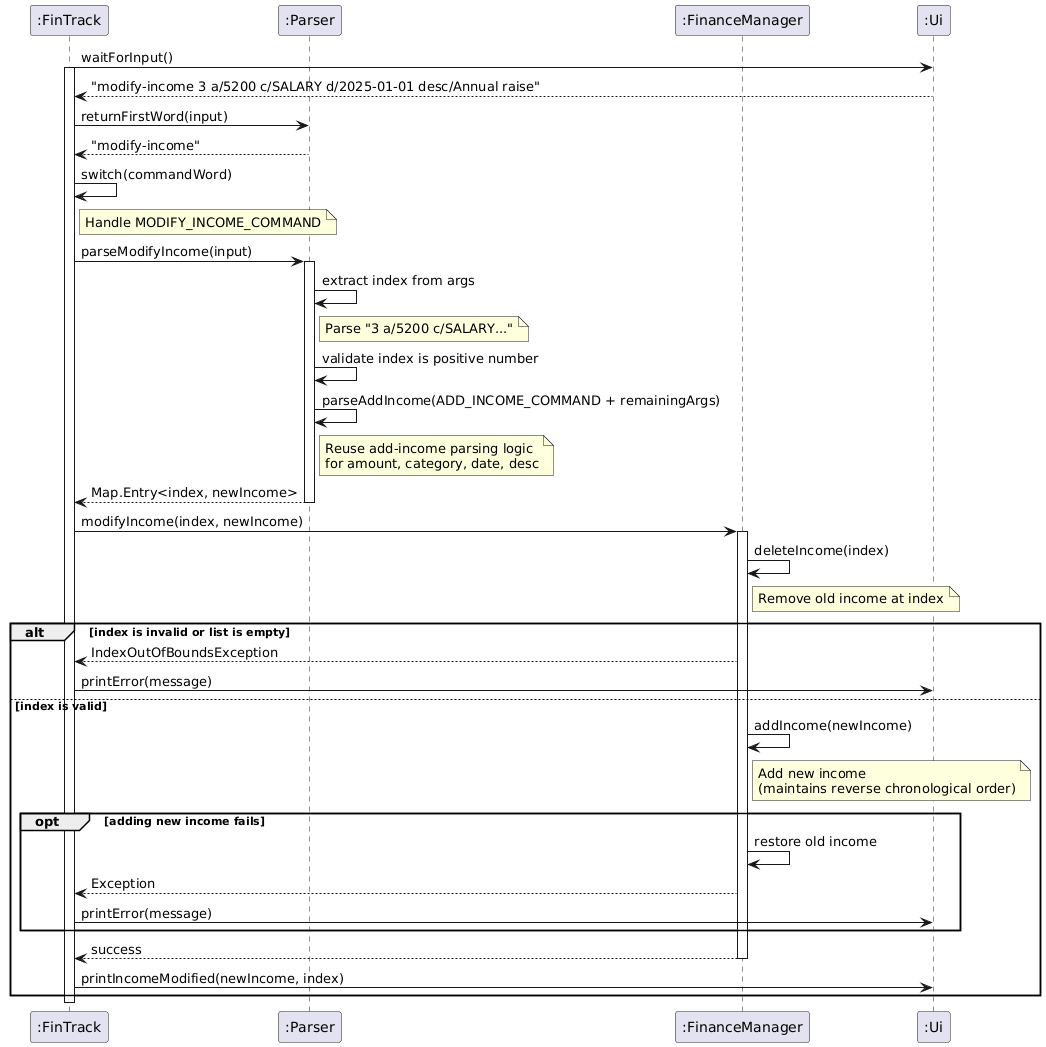
The PlantUML diagram docs/images/modify_income.png in AY2526S1-CS2113-W12-4/tp, before a commit.
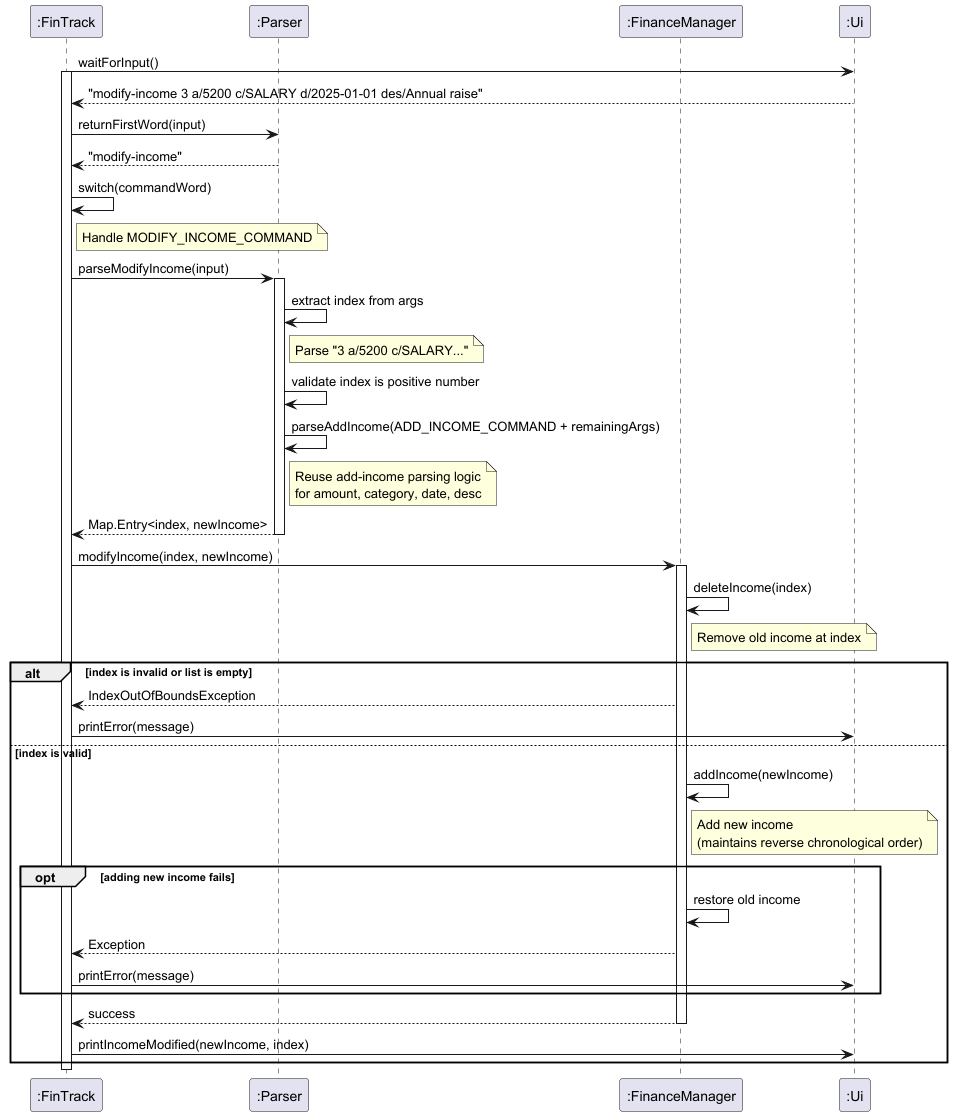
After the commit.

Commit message:
Update des/ prefix in sequence diagrams in DG

What changed in the source:
```diff
@@ -6,7 +6,7 @@
 
 FT -> UI: waitForInput()
 activate FT
-UI --> FT: "modify-income 3 a/5200 c/SALARY d/2025-01-01 desc/Annual raise"
+UI --> FT: "modify-income 3 a/5200 c/SALARY d/2025-01-01 des/Annual raise"
 
 FT -> P: returnFirstWord(input)
 P --> FT: "modify-income"
```
